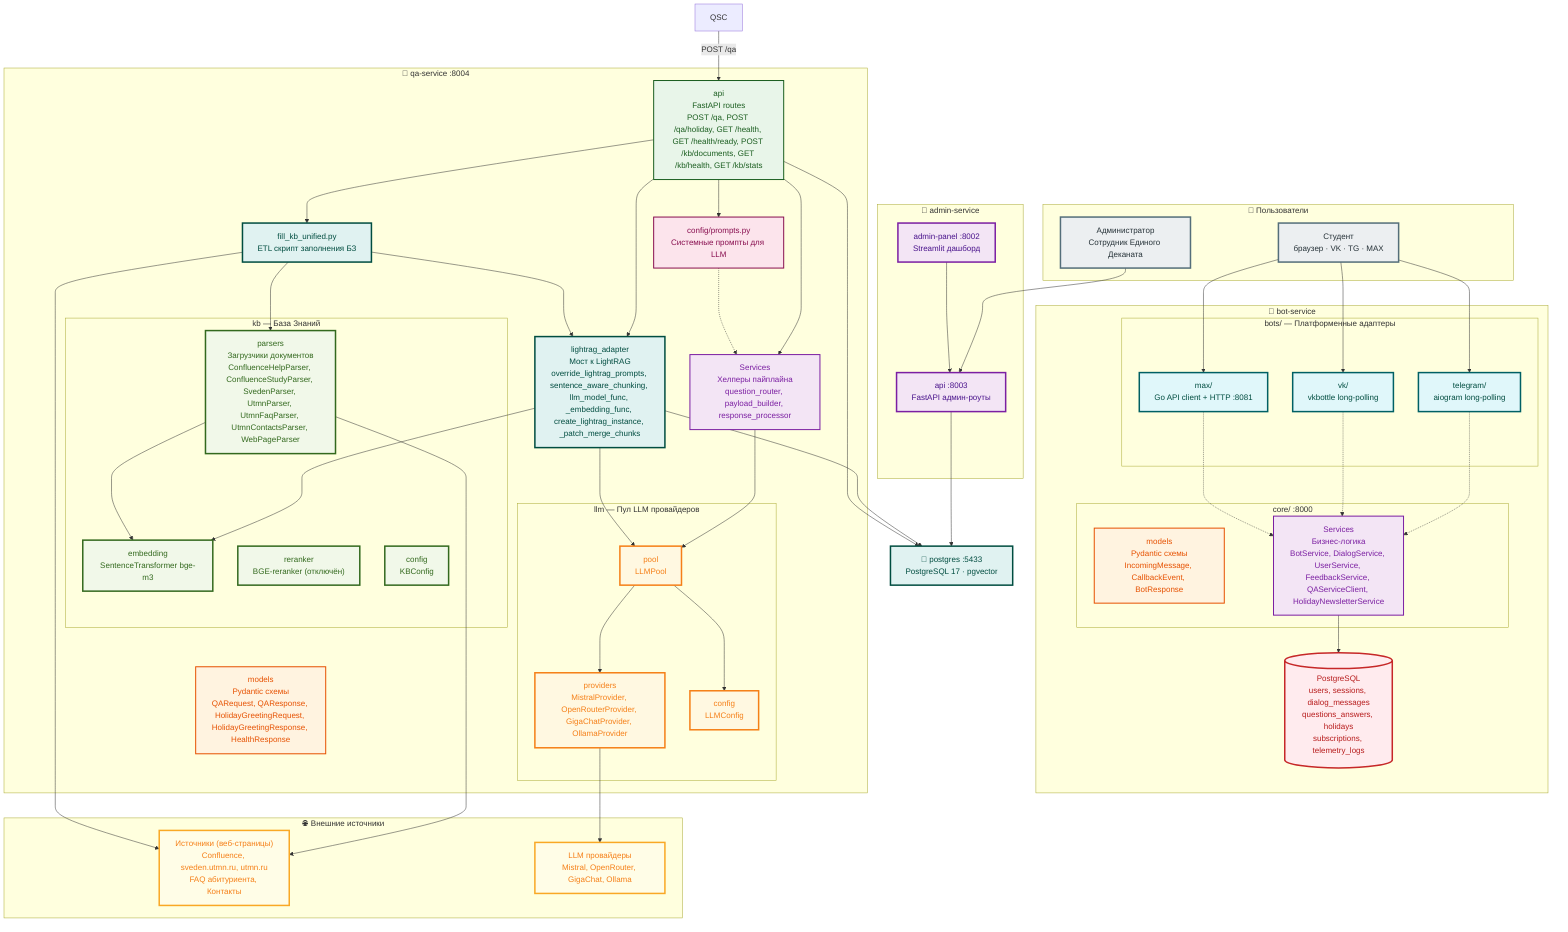
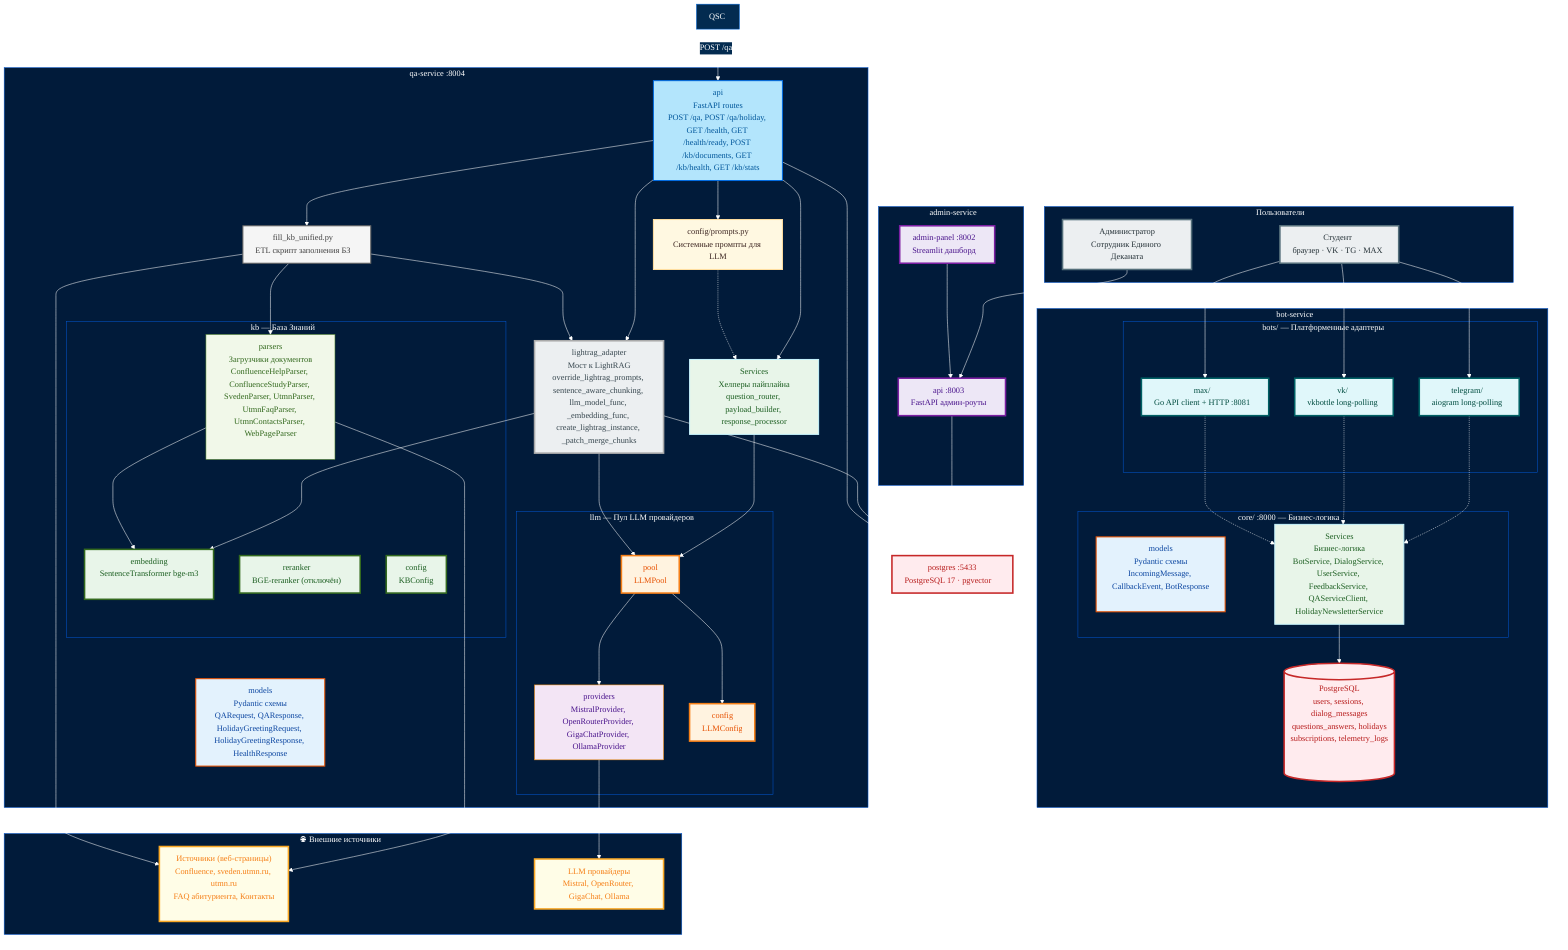
+ %%{
+   init: {
+     'theme': 'base',
+     'themeVariables': {
+       'background': '#011B3A',
+       'primaryColor': '#032B50',
+       'primaryTextColor': '#FFFFFF',
+       'primaryBorderColor': '#046CE0',
+       'lineColor': '#FFFFFF',
+       'secondaryColor': '#021E39',
+       'tertiaryColor': '#021E39',
+       'clusterBkg': '#011B3A',
+       'clusterBorder': '#0357D2',
+       'nodeBorder': '#046CE0',
+       'nodeTextColor': '#FFFFFF',
+       'edgeLabelBackground': '#032B50',
+       'edgeLabelColor': '#FFFFFF',
+       'titleColor': '#FFFFFF',
+       'fontFamily': 'Aptos, sans-serif'
+     },
+     'flowchart': {
+       'htmlLabels': true,
+       'curve': 'basis',
+       'padding': 12
+     }
+   }
+ }%%
+ 
flowchart TB
    %% Styles
-     classDef admin fill:#F3E5F5,stroke:#7B1FA2,stroke-width:3px,color:#4A148C
-     classDef bot fill:#E1F5FE,stroke:#01579B,stroke-width:3px,color:#01579B
-     classDef core fill:#B3E5FC,stroke:#0277BD,stroke-width:3px,color:#0277BD
+     classDef admin fill:#EDE7F6,stroke:#7B1FA2,stroke-width:3px,color:#4A148C
+     classDef bot fill:#E3F2FD,stroke:#01579B,stroke-width:3px,color:#0D47A1
+     classDef core fill:#B3E5FC,stroke:#0277BD,stroke-width:3px,color:#01579B
    classDef adapt fill:#E0F7FA,stroke:#006064,stroke-width:3px,color:#004D40
-     classDef models fill:#FFF3E0,stroke:#E65100,stroke-width:2px,color:#E65100
-     classDef services fill:#F3E5F5,stroke:#7B1FA2,stroke-width:2px,color:#7B1FA2
-     classDef api fill:#E8F5E9,stroke:#1B5E20,stroke-width:2px,color:#1B5E20
-     classDef kb fill:#F1F8E9,stroke:#33691E,stroke-width:3px,color:#33691E
-     classDef parser fill:#DCEDC8,stroke:#558B2F,stroke-width:1px,color:#33691E
-     classDef llm fill:#FFF8E1,stroke:#F57F17,stroke-width:3px,color:#F57F17
-     classDef provider fill:#FFECB3,stroke:#FF8F00,stroke-width:1px,color:#F57F17
-     classDef infra fill:#E0F2F1,stroke:#004D40,stroke-width:3px,color:#004D40
-     classDef prompt fill:#FCE4EC,stroke:#880E4F,stroke-width:2px,color:#880E4F
+     classDef models fill:#E3F2FD,stroke:#E65100,stroke-width:2px,color:#0D47A1
+     classDef services fill:#E8F5E9,stroke:#C4F1FB,stroke-width:2px,color:#1B5E20
+     classDef api fill:#B3E5FC,stroke:#046CE0,stroke-width:2px,color:#01579B
+     classDef kb fill:#E8F5E9,stroke:#33691E,stroke-width:3px,color:#1B5E20
+     classDef parser fill:#F1F8E9,stroke:#558B2F,stroke-width:1px,color:#33691E
+     classDef llm fill:#FFF3E0,stroke:#F57F17,stroke-width:3px,color:#E65100
+     classDef provider fill:#F3E5F5,stroke:#FF8F00,stroke-width:1px,color:#4A148C
+     classDef infra fill:#ECEFF1,stroke:#AAAAAA,stroke-width:3px,color:#37474F
+     classDef prompt fill:#FFF8E1,stroke:#FFDE9F,stroke-width:2px,color:#3E2723
    classDef script fill:#F5F5F5,stroke:#616161,stroke-width:2px,color:#424242
    classDef external fill:#FFFDE7,stroke:#F9A825,stroke-width:3px,color:#F57F17
    classDef client fill:#ECEFF1,stroke:#546E7A,stroke-width:3px,color:#263238
    classDef storage fill:#FFEBEE,stroke:#C62828,stroke-width:3px,color:#B71C1C

    %% ==============================
    %% ПОЛЬЗОВАТЕЛИ
    %% ==============================
    subgraph Users["👤 Пользователи"]
        STUDENT["Студент<br/>браузер · VK · TG · MAX"]:::client
        ADMIN["Администратор<br/>Сотрудник Единого Деканата"]:::client
    end

    %% ==============================
    %% ADMIN-SERVICE
    %% ==============================
    subgraph AdminService["🐳 admin-service"]
        ADM_DASH["admin-panel :8002<br/>Streamlit дашборд"]:::admin
        ADM_API["api :8003<br/>FastAPI админ-роуты"]:::admin
    end

    %% ==============================
    %% BOT-SERVICE
    %% ==============================
    subgraph BotService["🐳 bot-service"]
        subgraph Adapters["bots/ — Платформенные адаптеры"]
            TG["telegram/<br/>aiogram long-polling"]:::adapt
            VK["vk/<br/>vkbottle long-polling"]:::adapt
            MX["max/<br/>Go API client + HTTP :8081"]:::adapt
        end

-         subgraph Core["core/ :8000"]
+         subgraph Core["core/ :8000 — Бизнес-логика"]
            CORE_MODELS["models<br/>Pydantic схемы<br/>IncomingMessage, CallbackEvent, BotResponse"]:::models
            CORE_SRV["Services<br/>Бизнес-логика<br/>BotService, DialogService, UserService, FeedbackService, QAServiceClient, HolidayNewsletterService"]:::services
        end

        CORE_DB[(PostgreSQL<br/>users, sessions, dialog_messages<br/>questions_answers, holidays<br/>subscriptions, telemetry_logs)]:::storage
    end

    %% ==============================
    %% QA-SERVICE
    %% ==============================
    subgraph QAService["🐳 qa-service :8004"]
        QA_API["api<br/>FastAPI routes<br/>POST /qa, POST /qa/holiday, GET /health, GET /health/ready, POST /kb/documents, GET /kb/health, GET /kb/stats"]:::api

        QA_SRV["Services<br/>Хелперы пайплайна<br/>question_router, payload_builder, response_processor"]:::services

        QA_MODELS["models<br/>Pydantic схемы<br/>QARequest, QAResponse, HolidayGreetingRequest, HolidayGreetingResponse, HealthResponse"]:::models

        subgraph QA_KB["kb — База Знаний"]
            KB_PARSERS["parsers<br/>Загрузчики документов<br/>ConfluenceHelpParser, ConfluenceStudyParser, SvedenParser, UtmnParser, UtmnFaqParser, UtmnContactsParser, WebPageParser"]:::parser
            KB_EMB["embedding<br/>SentenceTransformer bge-m3"]:::kb
            KB_RR["reranker<br/>BGE-reranker (отключён)"]:::kb
            KB_CFG["config<br/>KBConfig"]:::kb
        end

        subgraph QA_LLM["llm — Пул LLM провайдеров"]
            LLM_PROV["providers<br/>MistralProvider, OpenRouterProvider, GigaChatProvider, OllamaProvider"]:::provider
            LLM_CFG["config<br/>LLMConfig"]:::llm
            LLM_POOL["pool<br/>LLMPool"]:::llm
        end

        LA["lightrag_adapter<br/>Мост к LightRAG<br/>override_lightrag_prompts, sentence_aware_chunking, llm_model_func, _embedding_func, create_lightrag_instance, _patch_merge_chunks"]:::infra

        FILL["fill_kb_unified.py<br/>ETL скрипт заполнения БЗ"]:::script

        PROMPTS["config/prompts.py<br/>Системные промпты для LLM"]:::prompt
    end

    %% ==============================
    %% ВНЕШНИЕ ИСТОЧНИКИ
    %% ==============================
    subgraph External["🌐 Внешние источники"]
        EXTSRC["Источники (веб-страницы)<br/>Confluence, sveden.utmn.ru, utmn.ru<br/>FAQ абитуриента, Контакты"]:::external
        LLM_EXT["LLM провайдеры<br/>Mistral, OpenRouter, GigaChat, Ollama"]:::external
    end

    %% ==============================
    %% БАЗА ДАННЫХ
    %% ==============================
    DB["🐳 postgres :5433<br/>PostgreSQL 17 · pgvector"]:::storage

    %% ==============================
    %% СВЯЗИ
    %% ==============================
-     %% Пользователи → сервисы
    ADMIN --> ADM_API
    STUDENT --> TG
    STUDENT --> VK
    STUDENT --> MX

-     %% Админка
    ADM_DASH --> ADM_API
    ADM_API --> DB

-     %% Адаптеры → core
    TG -.-> CORE_SRV
    VK -.-> CORE_SRV
    MX -.-> CORE_SRV

-     %% Core → DB
    CORE_SRV --> CORE_DB

-     %% Core → QA
    QSC -- "POST /qa" --> QA_API

-     %% QA API → Services
    QA_API --> QA_SRV
    QA_API --> PROMPTS
    QA_API --> LA

-     %% QA Services → LLM
    QA_SRV --> LLM_POOL
    PROMPTS -.-> QA_SRV
    LA --> LLM_POOL
    LA --> KB_EMB

-     %% QA → KB
    QA_API --> FILL
    FILL --> KB_PARSERS
    FILL --> LA
    KB_PARSERS --> KB_EMB

-     %% LLM fallback
    LLM_POOL --> LLM_PROV
    LLM_POOL --> LLM_CFG

-     %% QA → DB
    LA --> DB
    QA_API --> DB

-     %% Внешние
    KB_PARSERS --> EXTSRC
    LLM_PROV --> LLM_EXT
    FILL --> EXTSRC
- 
-     %% Стили
-     class TG,VK,MX adapt
-     class CORE_MODELS,QA_MODELS models
-     class CORE_SRV,QA_SRV services
-     class QA_API api
-     class KB_PARSERS,KB_EMB,KB_RR,KB_CFG kb
-     class LLM_PROV,LLM_CFG,LLM_POOL llm
-     class LA,FILL,DB infra
-     class PROMPTS prompt
-     class EXTSRC,LLM_EXT external
-     class STUDENT,ADMIN client
